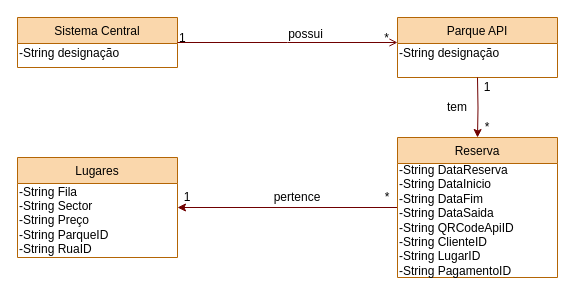
This is User Stories/UC11/ExcertoMD.drawio from PauloTor/UPskillDOTNET, a draw.io file, before an edit. Source tidied: cells renumbered, new cells numbered last; positions are measured from the earlier drawing's top-left corner, leaving out a move shared by most shapes. Both pictures are drawn from the tidied source at 100%, with x=0, y=0 at pixel (17, 17).
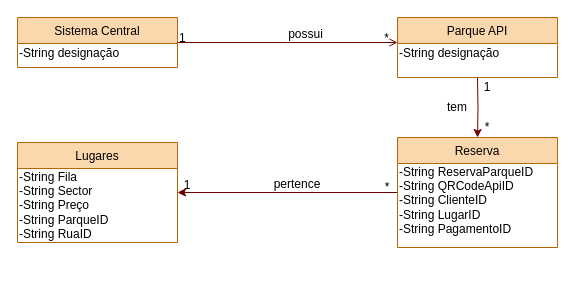
Above is the later version.

What changed in the source:
```diff
@@
     <mxCell id="4" value="Lugares" style="swimlane;fontStyle=0;align=center;verticalAlign=top;horizontal=1;startSize=26;rounded=0;shadow=0;strokeWidth=1;fillColor=#fad7ac;strokeColor=#b46504;" parent="1" vertex="1">
-      <mxGeometry y="140" width="160" height="100" as="geometry" />
+      <mxGeometry y="125" width="160" height="100" as="geometry" />
     </mxCell>
@@
     <mxCell id="7" value="Reserva" style="swimlane;fontStyle=0;align=center;verticalAlign=top;horizontal=1;startSize=26;rounded=0;shadow=0;strokeWidth=1;fillColor=#fad7ac;strokeColor=#b46504;" parent="1" vertex="1">
-      <mxGeometry x="380" y="120" width="160" height="140" as="geometry" />
+      <mxGeometry x="380" y="120" width="160" height="110" as="geometry" />
     </mxCell>
-    <mxCell id="8" value="-String DataReserva&lt;br&gt;-String DataInicio&lt;br&gt;-String DataFim&lt;br&gt;-String DataSaida&lt;br&gt;-String QRCodeApiID&lt;br&gt;-String ClienteID&lt;br&gt;-String LugarID&lt;br&gt;-String PagamentoID" style="text;html=1;strokeColor=none;fillColor=none;align=left;verticalAlign=middle;whiteSpace=wrap;rounded=0;" parent="7" vertex="1">
-      <mxGeometry y="26" width="160" height="114" as="geometry" />
+    <mxCell id="8" value="-String ReservaParqueID&lt;br&gt;-String QRCodeApiID&lt;br&gt;-String ClienteID&lt;br&gt;-String LugarID&lt;br&gt;-String PagamentoID" style="text;html=1;strokeColor=none;fillColor=none;align=left;verticalAlign=middle;whiteSpace=wrap;rounded=0;" parent="7" vertex="1">
+      <mxGeometry y="26" width="160" height="74" as="geometry" />
     </mxCell>
@@
     <mxCell id="17" value="*" style="text;html=1;strokeColor=none;fillColor=none;align=center;verticalAlign=middle;whiteSpace=wrap;rounded=0;" parent="1" vertex="1">
-      <mxGeometry x="360" y="170" width="20" height="20" as="geometry" />
+      <mxGeometry x="360" y="160" width="20" height="20" as="geometry" />
     </mxCell>
     <mxCell id="18" value="1" style="text;html=1;strokeColor=none;fillColor=none;align=center;verticalAlign=middle;whiteSpace=wrap;rounded=0;" parent="1" vertex="1">
-      <mxGeometry x="160" y="170" width="20" height="20" as="geometry" />
+      <mxGeometry x="160" y="158" width="20" height="20" as="geometry" />
     </mxCell>
@@
     <mxCell id="21" value="pertence" style="text;html=1;strokeColor=none;fillColor=none;align=center;verticalAlign=middle;whiteSpace=wrap;rounded=0;" parent="1" vertex="1">
-      <mxGeometry x="260" y="170" width="40" height="20" as="geometry" />
+      <mxGeometry x="260" y="157" width="40" height="20" as="geometry" />
     </mxCell>
```
